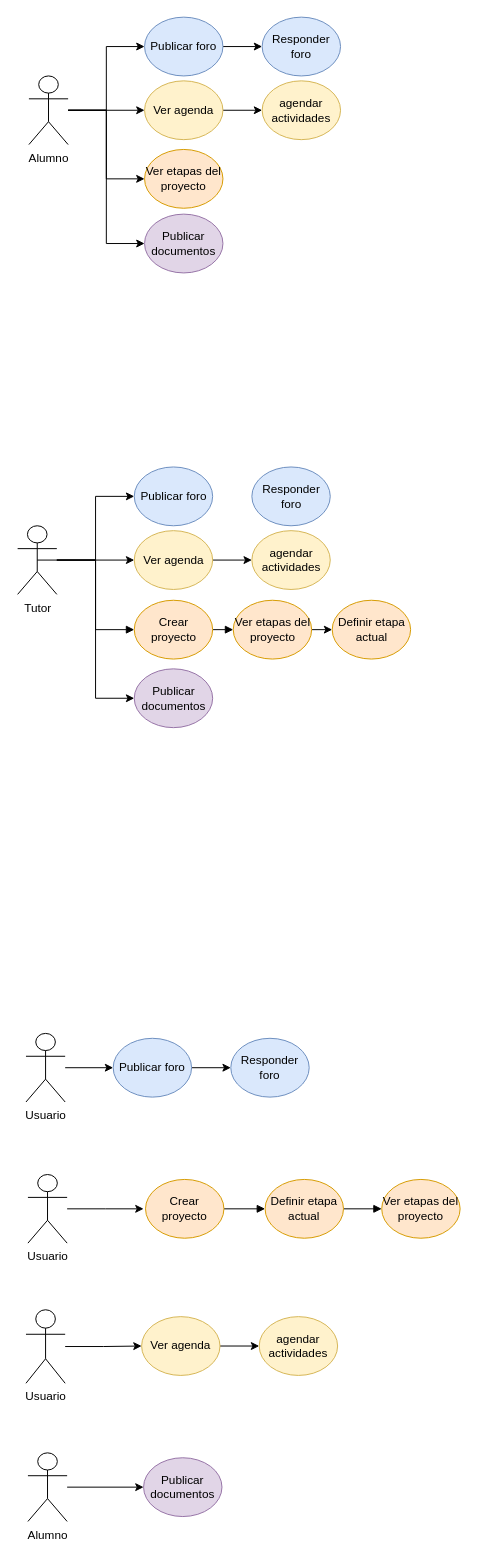
Before: page "Casos de uso" (1 of 2) of diagramas de casos de uso.drawio in SantiagoPri/Matragra, a draw.io diagram. Source tidied: cells renumbered, new cells numbered last; positions are measured from the earlier drawing's top-left corner, leaving out a move shared by most shapes. Both pictures are drawn from the tidied source at 98%, with x=0, y=0 at pixel (18, 17).
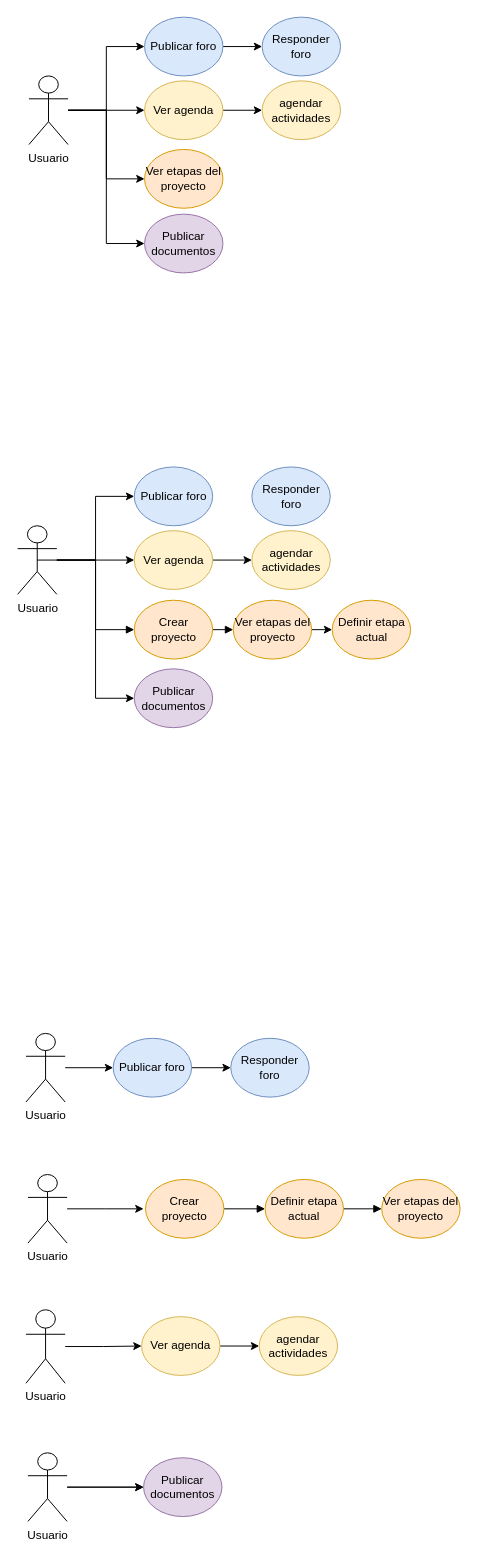
After the change.

Unchanged cells that the change refers to:
```xml
<mxCell id="45" value="Publicar documentos" style="ellipse;whiteSpace=wrap;html=1;fillColor=#e1d5e7;strokeColor=#9673a6;" parent="1" vertex="1">
  <mxGeometry x="128" y="1470" width="80" height="60" as="geometry" />
</mxCell>
```

Diff of the diagram source:
```diff
@@
-    <mxCell id="6" value="Alumno" style="shape=umlActor;verticalLabelPosition=bottom;verticalAlign=top;html=1;outlineConnect=0;" parent="1" vertex="1">
+    <mxCell id="6" value="Usuario" style="shape=umlActor;verticalLabelPosition=bottom;verticalAlign=top;html=1;outlineConnect=0;" parent="1" vertex="1">
       <mxGeometry x="11" y="60" width="40" height="70" as="geometry" />
     </mxCell>
@@
-    <mxCell id="11" value="Tutor" style="shape=umlActor;verticalLabelPosition=bottom;verticalAlign=top;html=1;outlineConnect=0;" parent="1" vertex="1">
+    <mxCell id="11" value="Usuario" style="shape=umlActor;verticalLabelPosition=bottom;verticalAlign=top;html=1;outlineConnect=0;" parent="1" vertex="1">
       <mxGeometry x="-0.5" y="519" width="40" height="70" as="geometry" />
     </mxCell>
@@
+    <mxCell id="51" style="edgeStyle=orthogonalEdgeStyle;rounded=0;jettySize=auto;html=1;" parent="1" edge="1" source="44" target="45">
+      <mxGeometry relative="1" as="geometry" />
+    </mxCell>
-    <mxCell id="44" value="Alumno" style="shape=umlActor;verticalLabelPosition=bottom;verticalAlign=top;html=1;outlineConnect=0;" parent="1" vertex="1">
+    <mxCell id="44" value="Usuario" style="shape=umlActor;verticalLabelPosition=bottom;verticalAlign=top;html=1;outlineConnect=0;" parent="1" vertex="1">
       <mxGeometry x="10" y="1465" width="40" height="70" as="geometry" />
     </mxCell>
```
